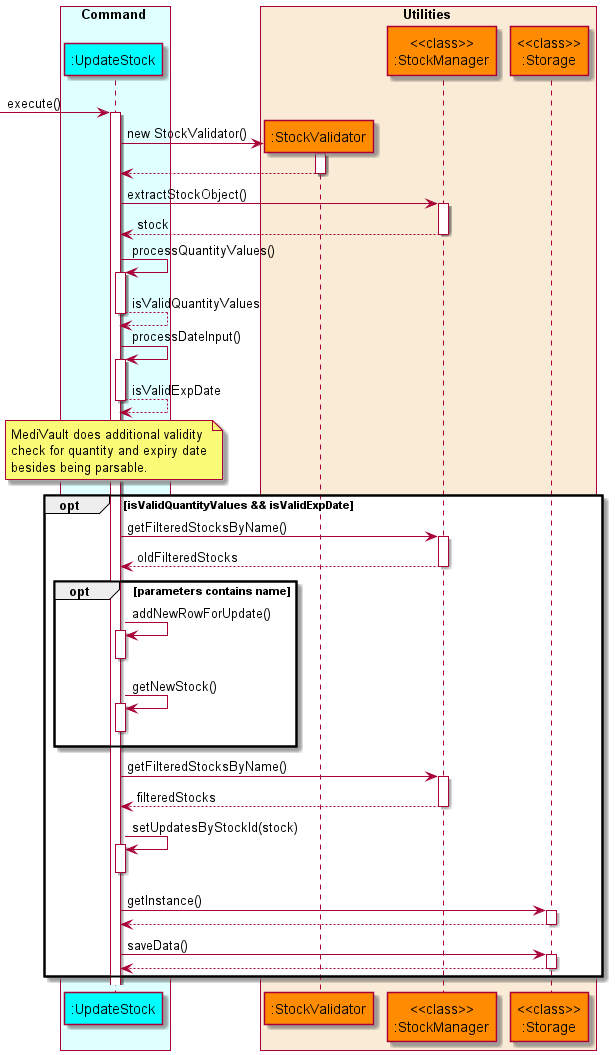
Above: docs/diagrams/diagram_images/UpdateStockSequenceDiagram.png in nus-cs2113-AY2122S1/tp (PlantUML), before the change.
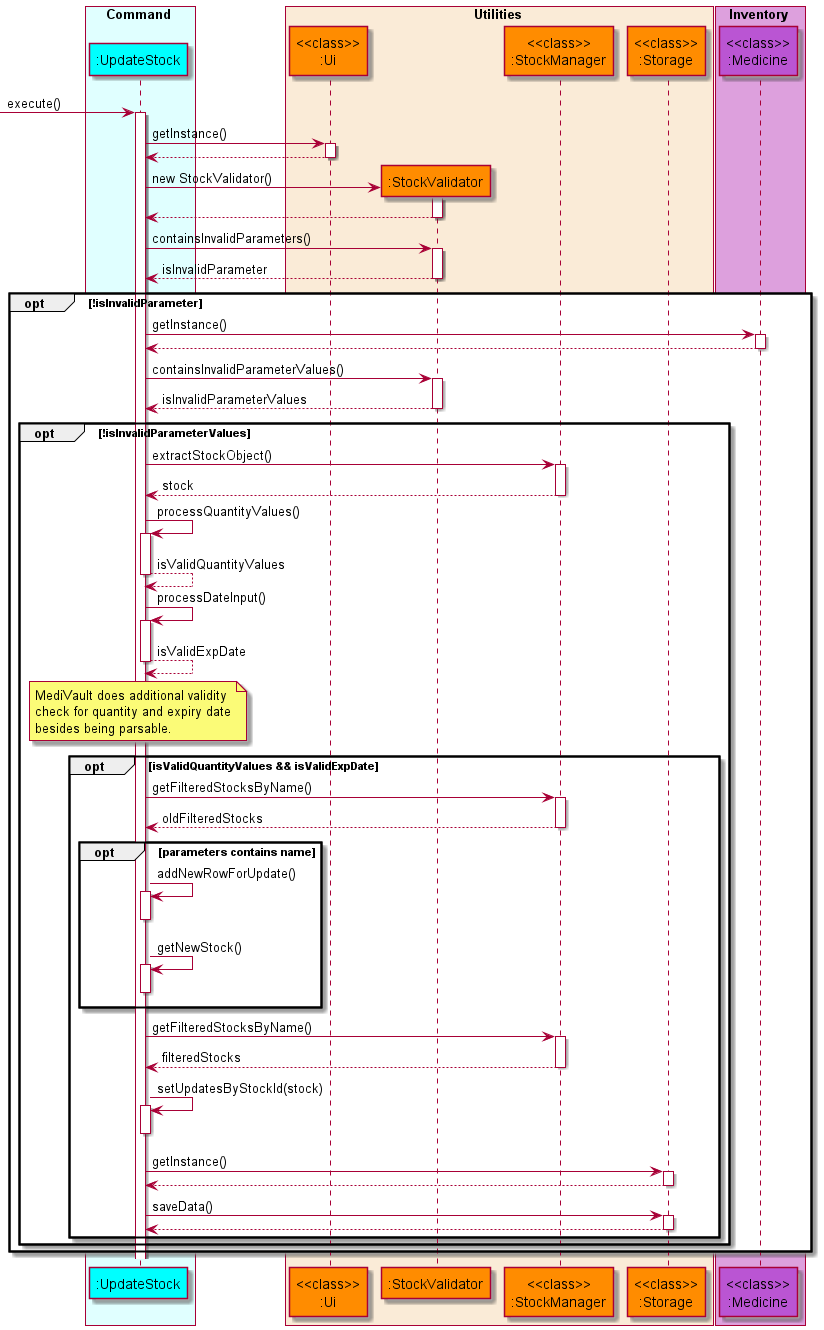
After the change.

Commit message:
Modify sequence diagram for update commands

The edit, as a diff of the source:
```diff
@@ -7,51 +7,70 @@
 end box
 
 box Utilities COLOR_UTILITIES_BOX
+    participant "<<class>>\n:Ui" as ui COLOR_UTILITIES
     participant ":StockValidator" as stockvalidator COLOR_UTILITIES
     participant "<<class>>\n:StockManager" as stockmanager COLOR_UTILITIES
     participant "<<class>>\n:Storage" as storage COLOR_UTILITIES
 end box
 
+box Inventory COLOR_INVENTORY_BOX
+    participant "<<class>>\n:Medicine" as medicine COLOR_INVENTORY
+end box
+
 autoactivate on
 
 -> updatestock: execute()
+    updatestock -> ui: getInstance()
+    updatestock <-- ui
     create stockvalidator
     updatestock -> stockvalidator: new StockValidator()
     updatestock <-- stockvalidator
 
-    updatestock -> stockmanager: extractStockObject()
-    updatestock <-- stockmanager: stock
+    updatestock -> stockvalidator: containsInvalidParameters()
+    updatestock <-- stockvalidator: isInvalidParameter
 
-    updatestock -> updatestock: processQuantityValues()
-    updatestock --> updatestock: isValidQuantityValues
+    opt !isInvalidParameter
+        updatestock -> medicine: getInstance()
+        updatestock <-- medicine
+        updatestock -> stockvalidator: containsInvalidParameterValues()
+        updatestock <-- stockvalidator: isInvalidParameterValues
 
-    updatestock -> updatestock: processDateInput()
-    updatestock --> updatestock: isValidExpDate
+        opt !isInvalidParameterValues
+            updatestock -> stockmanager: extractStockObject()
+            updatestock <-- stockmanager: stock
 
-    note over updatestock
-    MediVault does additional validity
-    check for quantity and expiry date
-    besides being parsable.
-    end note
+            updatestock -> updatestock: processQuantityValues()
+            updatestock --> updatestock: isValidQuantityValues
 
-    opt isValidQuantityValues && isValidExpDate
-        updatestock -> stockmanager: getFilteredStocksByName()
-        updatestock <-- stockmanager: oldFilteredStocks
-        opt parameters contains name
-            updatestock -> updatestock: addNewRowForUpdate()
-            deactivate updatestock
-            updatestock -> updatestock: getNewStock()
-            deactivate updatestock
+            updatestock -> updatestock: processDateInput()
+            updatestock --> updatestock: isValidExpDate
+
+            note over updatestock
+            MediVault does additional validity
+            check for quantity and expiry date
+            besides being parsable.
+            end note
+
+            opt isValidQuantityValues && isValidExpDate
+                updatestock -> stockmanager: getFilteredStocksByName()
+                updatestock <-- stockmanager: oldFilteredStocks
+                opt parameters contains name
+                    updatestock -> updatestock: addNewRowForUpdate()
+                    deactivate updatestock
+                    updatestock -> updatestock: getNewStock()
+                    deactivate updatestock
+                end
+                updatestock -> stockmanager: getFilteredStocksByName()
+                updatestock <-- stockmanager: filteredStocks
+                updatestock -> updatestock: setUpdatesByStockId(stock)
+                deactivate updatestock
+                updatestock -> storage: getInstance()
+                updatestock <-- storage
+                updatestock -> storage: saveData()
+                updatestock <-- storage
+                deactivate storage
+            end
         end
-        updatestock -> stockmanager: getFilteredStocksByName()
-        updatestock <-- stockmanager: filteredStocks
-        updatestock -> updatestock: setUpdatesByStockId(stock)
-        deactivate updatestock
-        updatestock -> storage: getInstance()
-        updatestock <-- storage
-        updatestock -> storage: saveData()
-        updatestock <-- storage
-        deactivate storage
     end
 
 @enduml
```
